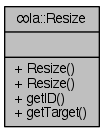
The Graphviz diagram documentation/classcola_1_1Resize__coll__graph.png in mjwybrow/adaptagrams, before a commit. Its source is kept beside it as documentation/classcola_1_1Resize__coll__graph.dot.
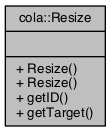
After the commit.

Diff of the diagram source:
```diff
@@ -2,5 +2,5 @@
 {
   edge [fontname="Helvetica",fontsize="10",labelfontname="Helvetica",labelfontsize="10"];
   node [fontname="Helvetica",fontsize="10",shape=record];
-  Node1 [label="{cola::Resize\n||+ Resize()\l+ Resize()\l+ getID()\l+ getTarget()\l}",height=0.2,width=0.4,color="black", fillcolor="grey75", style="filled" fontcolor="black"];
+  Node1 [label="{cola::Resize\n||+ Resize()\l+ Resize()\l+ getID()\l+ getTarget()\l}",height=0.2,width=0.4,color="black", fillcolor="grey75", style="filled", fontcolor="black"];
 }
```
